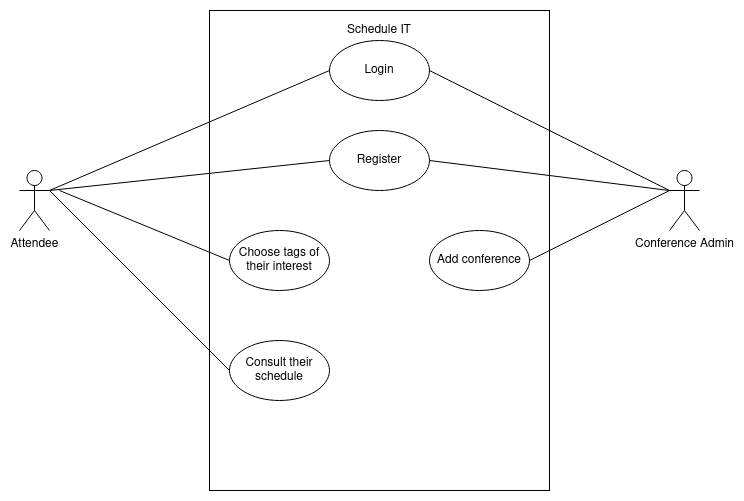
Above: use_case_diagram.png in claramoreirag/FEUP-ESOF (draw.io), before the change. Source tidied: cells renumbered, new cells last; positions are measured from the earlier drawing's top-left corner, leaving out a move shared by most shapes. Its diagram source:
```xml
<mxGraphModel>
  <root>
    <mxCell id="0" />
    <mxCell id="1" parent="0" />
    <mxCell id="2" value="&lt;div&gt;Attendee&lt;/div&gt;" style="shape=umlActor;verticalLabelPosition=bottom;labelBackgroundColor=#ffffff;verticalAlign=top;html=1;outlineConnect=0;" parent="1" vertex="1">
      <mxGeometry y="160" width="30" height="60" as="geometry" />
    </mxCell>
    <mxCell id="3" style="rounded=0;whiteSpace=wrap;html=1;" parent="1" vertex="1">
      <mxGeometry x="190" width="340" height="480" as="geometry" />
    </mxCell>
    <mxCell id="4" value="&lt;div&gt;Conference Admin&lt;/div&gt;" style="shape=umlActor;verticalLabelPosition=bottom;labelBackgroundColor=#ffffff;verticalAlign=top;html=1;outlineConnect=0;" parent="1" vertex="1">
      <mxGeometry x="650" y="160" width="30" height="60" as="geometry" />
    </mxCell>
    <mxCell id="5" value="Schedule IT" style="text;html=1;strokeColor=none;fillColor=none;align=center;verticalAlign=middle;whiteSpace=wrap;rounded=0;" parent="1" vertex="1">
      <mxGeometry x="280" y="10" width="160" height="20" as="geometry" />
    </mxCell>
    <mxCell id="6" value="Login" style="ellipse;whiteSpace=wrap;html=1;" parent="1" vertex="1">
      <mxGeometry x="310" y="30" width="100" height="60" as="geometry" />
    </mxCell>
    <mxCell id="7" value="Register" style="ellipse;whiteSpace=wrap;html=1;" parent="1" vertex="1">
      <mxGeometry x="310" y="120" width="100" height="60" as="geometry" />
    </mxCell>
    <mxCell id="8" value="Choose tags of their interest" style="ellipse;whiteSpace=wrap;html=1;" parent="1" vertex="1">
      <mxGeometry x="210" y="220" width="100" height="60" as="geometry" />
    </mxCell>
    <mxCell id="9" value="Add conference" style="ellipse;whiteSpace=wrap;html=1;" parent="1" vertex="1">
      <mxGeometry x="410" y="220" width="100" height="60" as="geometry" />
    </mxCell>
    <mxCell id="10" value="Consult their schedule" style="ellipse;whiteSpace=wrap;html=1;" parent="1" vertex="1">
      <mxGeometry x="210" y="330" width="100" height="60" as="geometry" />
    </mxCell>
    <mxCell id="11" style="endArrow=none;html=1;exitX=1;exitY=0.3333333333333333;exitDx=0;exitDy=0;exitPerimeter=0;entryX=0;entryY=0.5;entryDx=0;entryDy=0;" parent="1" edge="1" source="2" target="6">
      <mxGeometry relative="1" as="geometry" />
    </mxCell>
    <mxCell id="12" style="endArrow=none;html=1;exitX=0;exitY=0.5;exitDx=0;exitDy=0;entryX=1;entryY=0.3333333333333333;entryDx=0;entryDy=0;entryPerimeter=0;" parent="1" edge="1" source="7" target="2">
      <mxGeometry relative="1" as="geometry" />
    </mxCell>
    <mxCell id="13" style="endArrow=none;html=1;entryX=1;entryY=0.5;entryDx=0;entryDy=0;exitX=0;exitY=0.3333333333333333;exitDx=0;exitDy=0;exitPerimeter=0;" parent="1" edge="1" source="4" target="6">
      <mxGeometry relative="1" as="geometry" />
    </mxCell>
    <mxCell id="14" style="endArrow=none;html=1;entryX=1;entryY=0.5;entryDx=0;entryDy=0;" parent="1" edge="1" target="7">
      <mxGeometry relative="1" as="geometry">
        <mxPoint x="650" y="180" as="sourcePoint" />
      </mxGeometry>
    </mxCell>
    <mxCell id="15" style="endArrow=none;html=1;exitX=0;exitY=0.5;exitDx=0;exitDy=0;" parent="1" edge="1" source="8">
      <mxGeometry relative="1" as="geometry">
        <mxPoint x="40" y="180" as="targetPoint" />
      </mxGeometry>
    </mxCell>
    <mxCell id="16" style="endArrow=none;html=1;entryX=0;entryY=0.5;entryDx=0;entryDy=0;" parent="1" edge="1" target="10">
      <mxGeometry relative="1" as="geometry">
        <mxPoint x="30" y="180" as="sourcePoint" />
      </mxGeometry>
    </mxCell>
    <mxCell id="17" style="endArrow=none;html=1;exitX=1;exitY=0.5;exitDx=0;exitDy=0;" parent="1" edge="1" source="9">
      <mxGeometry relative="1" as="geometry">
        <mxPoint x="650" y="180" as="targetPoint" />
      </mxGeometry>
    </mxCell>
  </root>
</mxGraphModel>
```
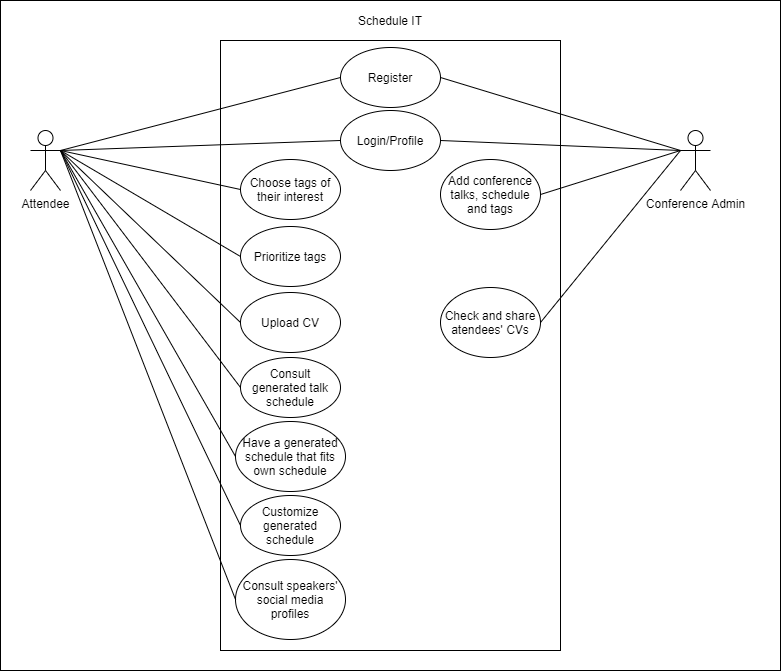
After the change.

Diff of the diagram source:
```diff
@@ -2,32 +2,35 @@
   <root>
     <mxCell id="0" />
     <mxCell id="1" parent="0" />
+    <mxCell id="18" style="rounded=0;whiteSpace=wrap;html=1;" parent="1" vertex="1">
+      <mxGeometry x="-30" y="30" width="780" height="670" as="geometry" />
+    </mxCell>
     <mxCell id="2" value="&lt;div&gt;Attendee&lt;/div&gt;" style="shape=umlActor;verticalLabelPosition=bottom;labelBackgroundColor=#ffffff;verticalAlign=top;html=1;outlineConnect=0;" parent="1" vertex="1">
       <mxGeometry y="160" width="30" height="60" as="geometry" />
     </mxCell>
     <mxCell id="3" style="rounded=0;whiteSpace=wrap;html=1;" parent="1" vertex="1">
-      <mxGeometry x="190" width="340" height="480" as="geometry" />
+      <mxGeometry x="190" y="70" width="340" height="610" as="geometry" />
     </mxCell>
     <mxCell id="4" value="&lt;div&gt;Conference Admin&lt;/div&gt;" style="shape=umlActor;verticalLabelPosition=bottom;labelBackgroundColor=#ffffff;verticalAlign=top;html=1;outlineConnect=0;" parent="1" vertex="1">
       <mxGeometry x="650" y="160" width="30" height="60" as="geometry" />
     </mxCell>
     <mxCell id="5" value="Schedule IT" style="text;html=1;strokeColor=none;fillColor=none;align=center;verticalAlign=middle;whiteSpace=wrap;rounded=0;" parent="1" vertex="1">
-      <mxGeometry x="280" y="10" width="160" height="20" as="geometry" />
+      <mxGeometry x="280" y="40" width="160" height="20" as="geometry" />
     </mxCell>
-    <mxCell id="6" value="Login" style="ellipse;whiteSpace=wrap;html=1;" parent="1" vertex="1">
-      <mxGeometry x="310" y="30" width="100" height="60" as="geometry" />
+    <mxCell id="6" value="Login/Profile" style="ellipse;whiteSpace=wrap;html=1;" parent="1" vertex="1">
+      <mxGeometry x="310" y="140" width="100" height="60" as="geometry" />
     </mxCell>
     <mxCell id="7" value="Register" style="ellipse;whiteSpace=wrap;html=1;" parent="1" vertex="1">
-      <mxGeometry x="310" y="120" width="100" height="60" as="geometry" />
+      <mxGeometry x="310" y="77" width="100" height="60" as="geometry" />
     </mxCell>
     <mxCell id="8" value="Choose tags of their interest" style="ellipse;whiteSpace=wrap;html=1;" parent="1" vertex="1">
-      <mxGeometry x="210" y="220" width="100" height="60" as="geometry" />
+      <mxGeometry x="210" y="189" width="100" height="60" as="geometry" />
     </mxCell>
-    <mxCell id="9" value="Add conference" style="ellipse;whiteSpace=wrap;html=1;" parent="1" vertex="1">
-      <mxGeometry x="410" y="220" width="100" height="60" as="geometry" />
+    <mxCell id="9" value="Add conference talks, schedule and tags" style="ellipse;whiteSpace=wrap;html=1;" parent="1" vertex="1">
+      <mxGeometry x="410" y="189" width="100" height="70" as="geometry" />
     </mxCell>
-    <mxCell id="10" value="Consult their schedule" style="ellipse;whiteSpace=wrap;html=1;" parent="1" vertex="1">
-      <mxGeometry x="210" y="330" width="100" height="60" as="geometry" />
+    <mxCell id="10" value="Consult generated talk schedule" style="ellipse;whiteSpace=wrap;html=1;" parent="1" vertex="1">
+      <mxGeometry x="210" y="387" width="100" height="60" as="geometry" />
     </mxCell>
     <mxCell id="11" style="endArrow=none;html=1;exitX=1;exitY=0.3333333333333333;exitDx=0;exitDy=0;exitPerimeter=0;entryX=0;entryY=0.5;entryDx=0;entryDy=0;" parent="1" edge="1" source="2" target="6">
       <mxGeometry relative="1" as="geometry" />
@@ -45,7 +48,7 @@
     </mxCell>
     <mxCell id="15" style="endArrow=none;html=1;exitX=0;exitY=0.5;exitDx=0;exitDy=0;" parent="1" edge="1" source="8">
       <mxGeometry relative="1" as="geometry">
-        <mxPoint x="40" y="180" as="targetPoint" />
+        <mxPoint x="30" y="180" as="targetPoint" />
       </mxGeometry>
     </mxCell>
     <mxCell id="16" style="endArrow=none;html=1;entryX=0;entryY=0.5;entryDx=0;entryDy=0;" parent="1" edge="1" target="10">
@@ -58,5 +61,51 @@
         <mxPoint x="650" y="180" as="targetPoint" />
       </mxGeometry>
     </mxCell>
+    <mxCell id="19" value="Prioritize tags" style="ellipse;whiteSpace=wrap;html=1;" parent="1" vertex="1">
+      <mxGeometry x="210" y="256" width="100" height="60" as="geometry" />
+    </mxCell>
+    <mxCell id="20" style="endArrow=none;html=1;exitX=0;exitY=0.5;exitDx=0;exitDy=0;" parent="1" edge="1" source="19">
+      <mxGeometry relative="1" as="geometry">
+        <mxPoint x="30" y="180" as="targetPoint" />
+      </mxGeometry>
+    </mxCell>
+    <mxCell id="21" style="endArrow=none;html=1;exitX=0;exitY=0.5;exitDx=0;exitDy=0;" parent="1" edge="1" source="22">
+      <mxGeometry relative="1" as="geometry">
+        <mxPoint x="30" y="180" as="targetPoint" />
+      </mxGeometry>
+    </mxCell>
+    <mxCell id="22" value="Customize generated schedule" style="ellipse;whiteSpace=wrap;html=1;" parent="1" vertex="1">
+      <mxGeometry x="210" y="525" width="100" height="60" as="geometry" />
+    </mxCell>
+    <mxCell id="23" value="Upload CV" style="ellipse;whiteSpace=wrap;html=1;" parent="1" vertex="1">
+      <mxGeometry x="210" y="322" width="100" height="60" as="geometry" />
+    </mxCell>
+    <mxCell id="24" style="endArrow=none;html=1;entryX=0;entryY=0.5;entryDx=0;entryDy=0;exitX=1;exitY=0.3333333333333333;exitDx=0;exitDy=0;exitPerimeter=0;" parent="1" edge="1" source="2" target="23">
+      <mxGeometry relative="1" as="geometry" />
+    </mxCell>
+    <mxCell id="25" value="Check and share atendees' CVs" style="ellipse;whiteSpace=wrap;html=1;" parent="1" vertex="1">
+      <mxGeometry x="410" y="317" width="100" height="70" as="geometry" />
+    </mxCell>
+    <mxCell id="26" style="endArrow=none;html=1;exitX=1;exitY=0.5;exitDx=0;exitDy=0;" parent="1" edge="1" source="25">
+      <mxGeometry relative="1" as="geometry">
+        <mxPoint x="650" y="180" as="targetPoint" />
+      </mxGeometry>
+    </mxCell>
+    <mxCell id="27" value="Have a generated schedule that fits own schedule" style="ellipse;whiteSpace=wrap;html=1;" parent="1" vertex="1">
+      <mxGeometry x="205" y="451" width="110" height="70" as="geometry" />
+    </mxCell>
+    <mxCell id="28" style="endArrow=none;html=1;exitX=0;exitY=0.5;exitDx=0;exitDy=0;" parent="1" edge="1" source="27">
+      <mxGeometry relative="1" as="geometry">
+        <mxPoint x="30" y="180" as="targetPoint" />
+      </mxGeometry>
+    </mxCell>
+    <mxCell id="29" value="Consult speakers' social media profiles" style="ellipse;whiteSpace=wrap;html=1;" parent="1" vertex="1">
+      <mxGeometry x="205" y="589" width="110" height="80" as="geometry" />
+    </mxCell>
+    <mxCell id="30" style="endArrow=none;html=1;exitX=0;exitY=0.5;exitDx=0;exitDy=0;" parent="1" edge="1" source="29">
+      <mxGeometry relative="1" as="geometry">
+        <mxPoint x="30" y="180" as="targetPoint" />
+      </mxGeometry>
+    </mxCell>
   </root>
 </mxGraphModel>
```
